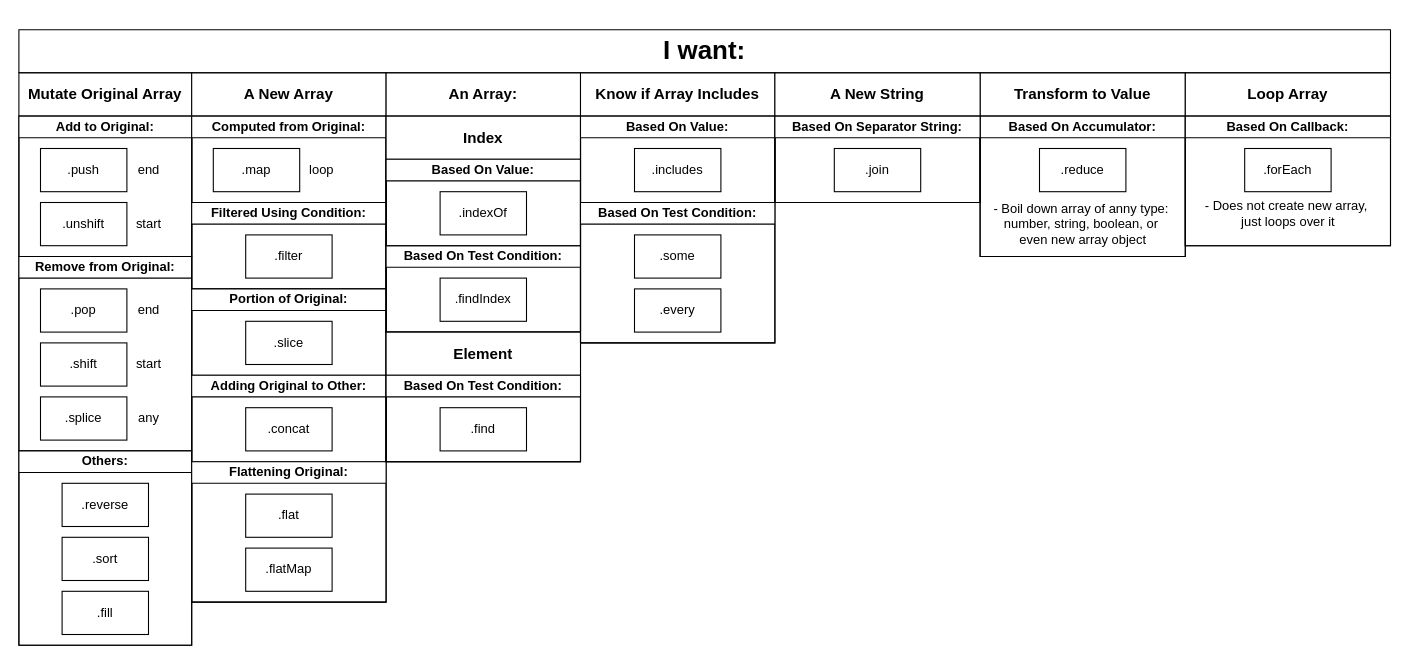
Above: udemy-complete-js-course/complete-javascript-course-master/11-Arrays-Bankist/23-Array-Methods.drawio in Remi-Dalpe/Courses (draw.io), before the change. Source tidied: cells renumbered, new cells numbered last; positions are measured from the earlier drawing's top-left corner, leaving out a move shared by most shapes. Both pictures are drawn from the tidied source at 108%, with x=0, y=0 at pixel (18, 29).
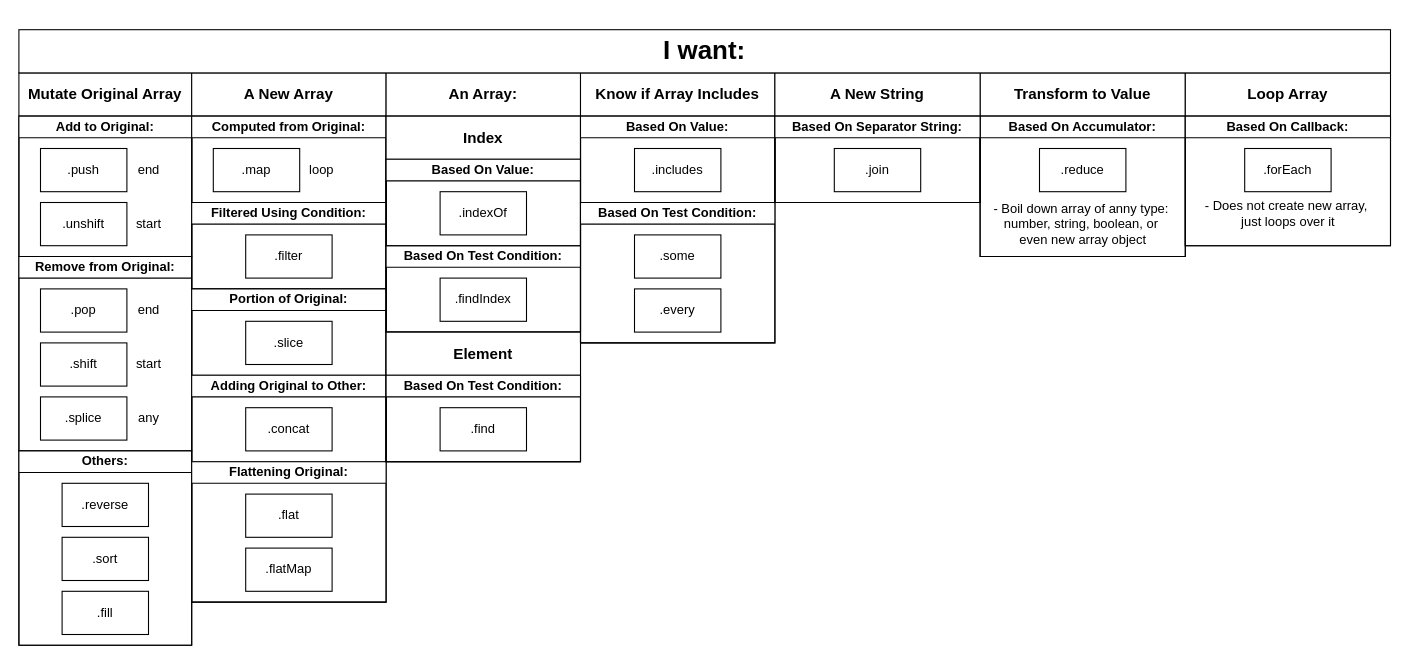
The same diagram, later.

Commit message (it also covers changes not shown here):
sec. 12 half

Diff of the diagram source:
```diff
@@
-    <mxCell id="2" value="&lt;h1&gt;I want:&lt;/h1&gt;" style="swimlane;whiteSpace=wrap;html=1;startSize=40;" parent="1" vertex="1">
-      <mxGeometry width="1270" height="40" as="geometry" />
-    </mxCell>
-    <mxCell id="3" value="&lt;h3&gt;Mutate Original Array&lt;/h3&gt;" style="swimlane;whiteSpace=wrap;html=1;startSize=40;" parent="2" vertex="1">
+    <mxCell id="3" value="&lt;h3&gt;Mutate Original Array&lt;/h3&gt;" style="swimlane;whiteSpace=wrap;html=1;startSize=40;" parent="1" vertex="1">
       <mxGeometry y="40" width="160" height="530" as="geometry" />
     </mxCell>
@@
-    <mxCell id="20" value="&lt;h3&gt;A New Array&lt;/h3&gt;" style="swimlane;whiteSpace=wrap;html=1;startSize=40;" parent="2" vertex="1">
+    <mxCell id="20" value="&lt;h3&gt;A New Array&lt;/h3&gt;" style="swimlane;whiteSpace=wrap;html=1;startSize=40;" parent="1" vertex="1">
       <mxGeometry x="160" y="40" width="180" height="490" as="geometry" />
     </mxCell>
@@
-    <mxCell id="33" value="&lt;h3&gt;An Array:&lt;/h3&gt;" style="swimlane;whiteSpace=wrap;html=1;startSize=40;" parent="2" vertex="1">
+    <mxCell id="33" value="&lt;h3&gt;An Array:&lt;/h3&gt;" style="swimlane;whiteSpace=wrap;html=1;startSize=40;" parent="1" vertex="1">
       <mxGeometry x="340" y="40" width="180" height="360" as="geometry" />
     </mxCell>
@@
-    <mxCell id="42" value="&lt;h3&gt;Transform to Value&lt;/h3&gt;" style="swimlane;whiteSpace=wrap;html=1;startSize=40;" parent="2" vertex="1">
+    <mxCell id="42" value="&lt;h3&gt;Transform to Value&lt;/h3&gt;" style="swimlane;whiteSpace=wrap;html=1;startSize=40;" parent="1" vertex="1">
       <mxGeometry x="890" y="40" width="190" height="170" as="geometry" />
     </mxCell>
@@
-    <mxCell id="46" value="&lt;h3&gt;Know if Array Includes&lt;/h3&gt;" style="swimlane;whiteSpace=wrap;html=1;startSize=40;" parent="2" vertex="1">
+    <mxCell id="46" value="&lt;h3&gt;Know if Array Includes&lt;/h3&gt;" style="swimlane;whiteSpace=wrap;html=1;startSize=40;" parent="1" vertex="1">
       <mxGeometry x="520" y="40" width="180" height="250" as="geometry" />
     </mxCell>
@@
-    <mxCell id="52" value="&lt;h3&gt;Loop Array&lt;/h3&gt;" style="swimlane;whiteSpace=wrap;html=1;startSize=40;" parent="2" vertex="1">
+    <mxCell id="52" value="&lt;h3&gt;Loop Array&lt;/h3&gt;" style="swimlane;whiteSpace=wrap;html=1;startSize=40;" parent="1" vertex="1">
       <mxGeometry x="1080" y="40" width="190" height="160" as="geometry" />
     </mxCell>
@@
-    <mxCell id="56" value="&lt;h3&gt;A New String&lt;/h3&gt;" style="swimlane;whiteSpace=wrap;html=1;startSize=40;" parent="2" vertex="1">
+    <mxCell id="56" value="&lt;h3&gt;A New String&lt;/h3&gt;" style="swimlane;whiteSpace=wrap;html=1;startSize=40;" parent="1" vertex="1">
       <mxGeometry x="700" y="40" width="190" height="120" as="geometry" />
     </mxCell>
@@
+    <mxCell id="2" value="&lt;h1&gt;I want:&lt;/h1&gt;" style="rounded=0;whiteSpace=wrap;html=1;" parent="1" vertex="1">
+      <mxGeometry width="1270" height="40" as="geometry" />
+    </mxCell>
```
